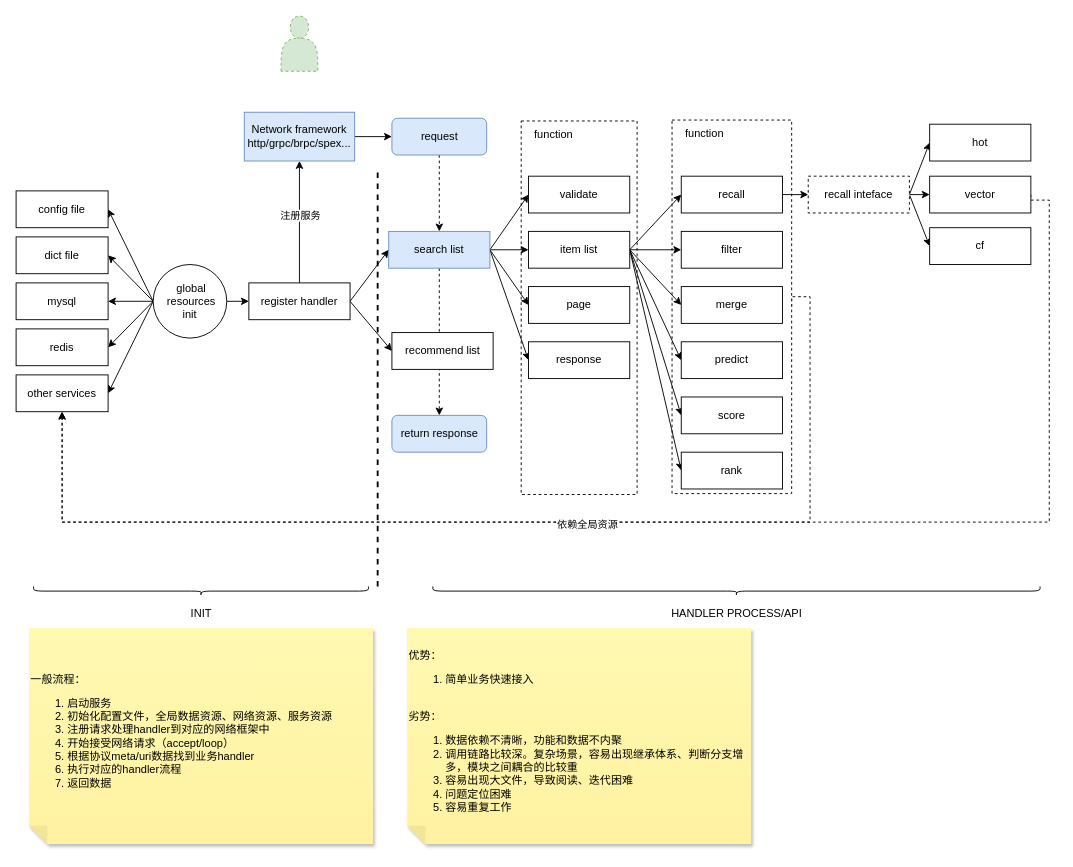
Above: tutu/纯业务.drawio in hpsdy/diagram (draw.io), before the change. Source tidied: cells renumbered, new cells numbered last; positions are measured from the earlier drawing's top-left corner, leaving out a move shared by most shapes. Both pictures are drawn from the tidied source at 92%, with x=0, y=0 at pixel (16, 16).
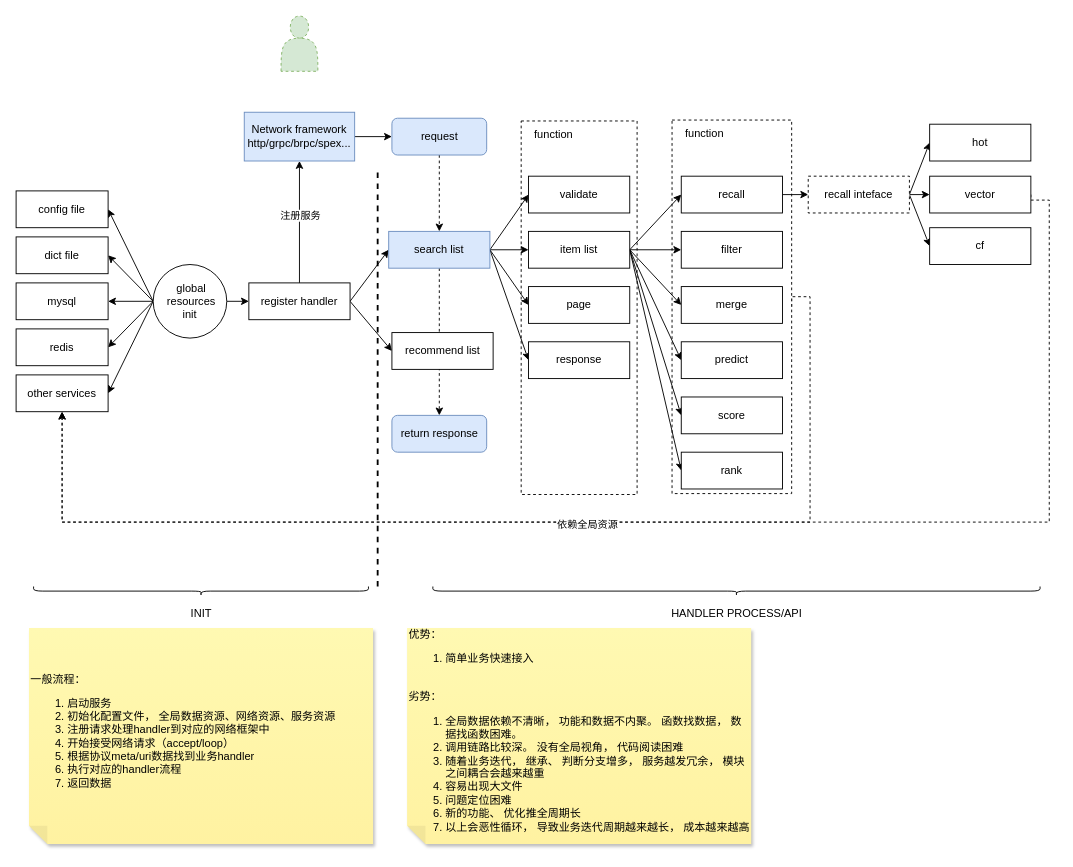
Above is the later version.

Commit message (it also covers changes not shown here):
更新纯业务.drawio

Diff of the diagram source:
```diff
@@
-    <mxCell id="68" value="一般流程：&lt;br&gt;&lt;ol&gt;&lt;li&gt;启动服务&lt;/li&gt;&lt;li&gt;初始化配置文件，全局数据资源、网络资源、服务资源&lt;/li&gt;&lt;li&gt;注册请求处理handler到对应的网络框架中&lt;/li&gt;&lt;li&gt;开始接受网络请求（accept/loop）&lt;/li&gt;&lt;li&gt;根据协议meta/uri数据找到业务handler&lt;/li&gt;&lt;li&gt;执行对应的handler流程&lt;/li&gt;&lt;li&gt;返回数据&lt;/li&gt;&lt;/ol&gt;" style="shape=note;whiteSpace=wrap;html=1;backgroundOutline=1;fontColor=#000000;darkOpacity=0.05;fillColor=#FFF9B2;strokeColor=none;fillStyle=solid;direction=west;gradientDirection=north;gradientColor=#FFF2A1;shadow=1;size=20;align=left;" parent="1" vertex="1">
+    <mxCell id="68" value="一般流程：&lt;br&gt;&lt;ol&gt;&lt;li&gt;启动服务&lt;/li&gt;&lt;li&gt;初始化配置文件， 全局数据资源、网络资源、服务资源&lt;/li&gt;&lt;li&gt;注册请求处理handler到对应的网络框架中&lt;/li&gt;&lt;li&gt;开始接受网络请求（accept/loop）&lt;/li&gt;&lt;li&gt;根据协议meta/uri数据找到业务handler&lt;/li&gt;&lt;li&gt;执行对应的handler流程&lt;/li&gt;&lt;li&gt;返回数据&lt;/li&gt;&lt;/ol&gt;" style="shape=note;whiteSpace=wrap;html=1;backgroundOutline=1;fontColor=#000000;darkOpacity=0.05;fillColor=#FFF9B2;strokeColor=none;fillStyle=solid;direction=west;gradientDirection=north;gradientColor=#FFF2A1;shadow=1;size=20;align=left;" parent="1" vertex="1">
       <mxGeometry x="14" y="665" width="374" height="235" as="geometry" />
     </mxCell>
-    <mxCell id="69" value="优势：&lt;br&gt;&lt;ol&gt;&lt;li&gt;简单业务快速接入&lt;/li&gt;&lt;/ol&gt;&lt;div&gt;&lt;br&gt;&lt;/div&gt;&lt;div&gt;劣势：&lt;/div&gt;&lt;ol&gt;&lt;li&gt;数据依赖不清晰，功能和数据不内聚&lt;/li&gt;&lt;li&gt;调用链路比较深。复杂场景，容易出现继承体系、判断分支增多，模块之间耦合的比较重&lt;/li&gt;&lt;li&gt;容易出现大文件，导致阅读、迭代困难&lt;/li&gt;&lt;li&gt;问题定位困难&lt;/li&gt;&lt;li&gt;容易重复工作&lt;/li&gt;&lt;/ol&gt;" style="shape=note;whiteSpace=wrap;html=1;backgroundOutline=1;fontColor=#000000;darkOpacity=0.05;fillColor=#FFF9B2;strokeColor=none;fillStyle=solid;direction=west;gradientDirection=north;gradientColor=#FFF2A1;shadow=1;size=20;align=left;" parent="1" vertex="1">
+    <mxCell id="69" value="优势：&lt;br&gt;&lt;ol&gt;&lt;li&gt;简单业务快速接入&lt;/li&gt;&lt;/ol&gt;&lt;div&gt;&lt;br&gt;&lt;/div&gt;&lt;div&gt;劣势：&lt;/div&gt;&lt;ol&gt;&lt;li&gt;全局数据依赖不清晰， 功能和数据不内聚。 函数找数据， 数据找函数困难。&lt;/li&gt;&lt;li&gt;调用链路比较深。 没有全局视角， 代码阅读困难&lt;/li&gt;&lt;li&gt;随着业务迭代， 继承、 判断分支增多， 服务越发冗余， 模块之间耦合会越来越重&lt;/li&gt;&lt;li&gt;容易出现大文件&lt;/li&gt;&lt;li&gt;问题定位困难&lt;/li&gt;&lt;li&gt;新的功能、 优化推全周期长&lt;/li&gt;&lt;li&gt;以上会恶性循环， 导致业务迭代周期越来越长， 成本越来越高&lt;/li&gt;&lt;/ol&gt;" style="shape=note;whiteSpace=wrap;html=1;backgroundOutline=1;fontColor=#000000;darkOpacity=0.05;fillColor=#FFF9B2;strokeColor=none;fillStyle=solid;direction=west;gradientDirection=north;gradientColor=#FFF2A1;shadow=1;size=20;align=left;" parent="1" vertex="1">
       <mxGeometry x="425" y="665" width="374" height="235" as="geometry" />
     </mxCell>
```
